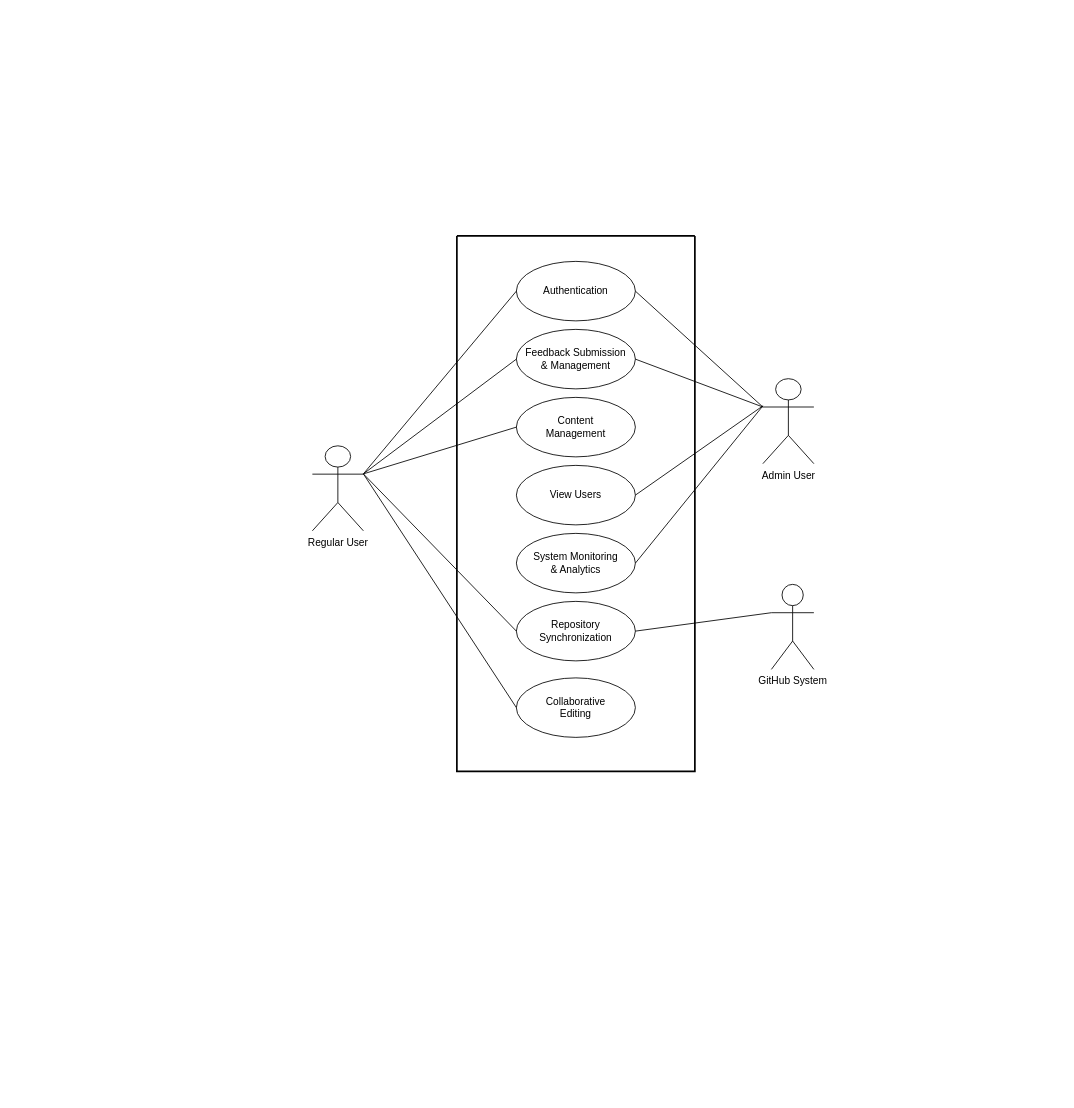
Earlier version of the draw.io diagram docs/use-case-diagram.drawio (Nithinvp11/DocHub). Source tidied: cells renumbered, new cells numbered last; positions are measured from the earlier drawing's top-left corner, leaving out a move shared by most shapes. Both pictures are drawn from the tidied source at 85%, with x=0, y=0 at pixel (312, 235).
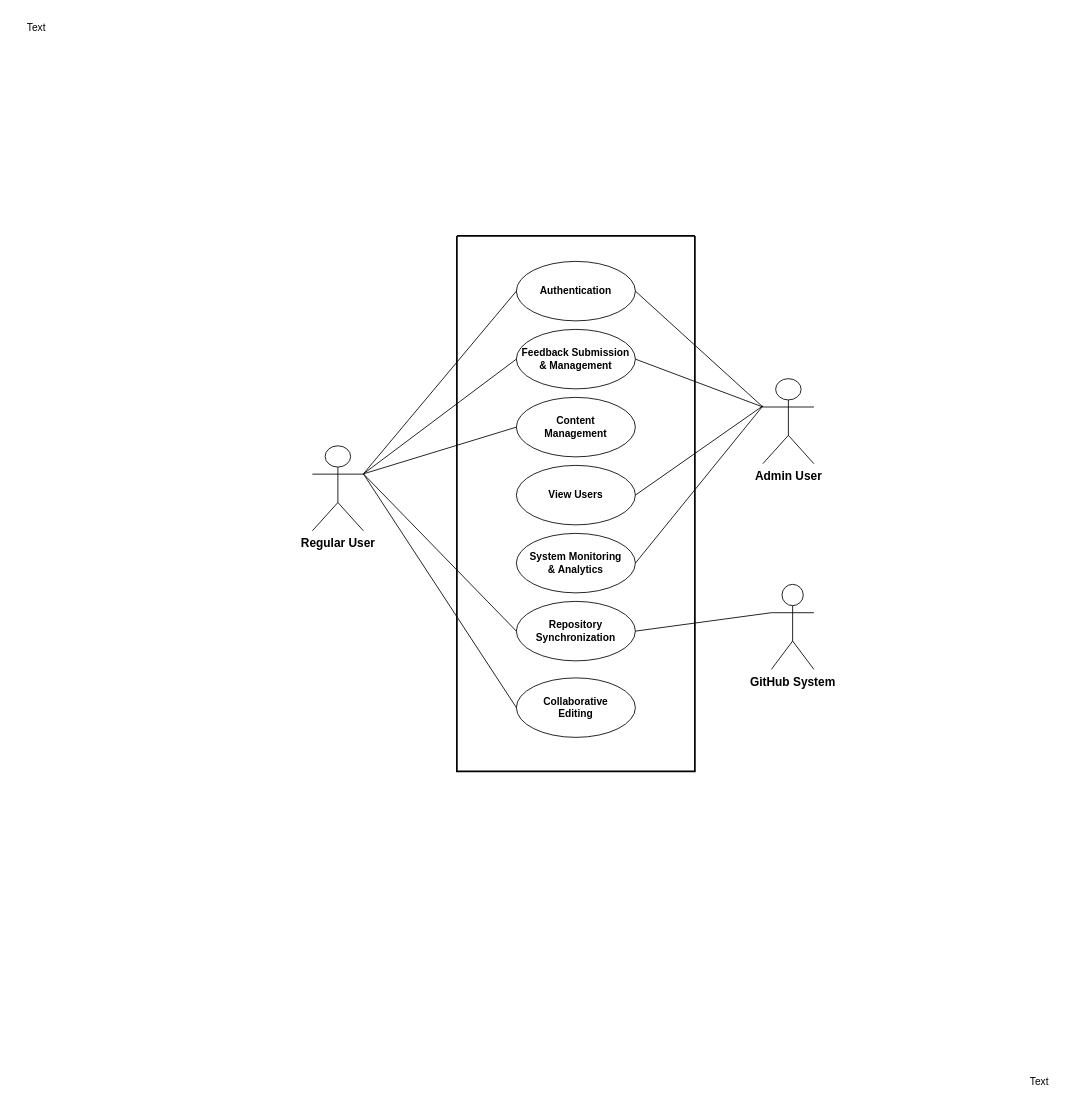
After the change.

Unchanged cells that the change refers to:
```xml
<mxCell id="2" style="swimlane;startSize=0;fillColor=#ffffff;strokeColor=#000000;strokeWidth=2;" parent="1" vertex="1">
  <mxGeometry x="170" width="280" height="630" as="geometry" />
</mxCell>
```

Diff of the diagram source:
```diff
@@
-    <mxCell id="3" value="Authentication" style="ellipse;whiteSpace=wrap;html=1;fillColor=#ffffff;strokeColor=#000000;" parent="2" vertex="1">
+    <mxCell id="3" value="&lt;b&gt;Authentication&lt;/b&gt;" style="ellipse;whiteSpace=wrap;html=1;fillColor=#ffffff;strokeColor=#000000;" parent="2" vertex="1">
       <mxGeometry x="70" y="30" width="140" height="70" as="geometry" />
     </mxCell>
-    <mxCell id="4" value="&lt;font style=&quot;font-size: 12px;&quot;&gt;&lt;span style=&quot;color: rgb(0, 0, 0);&quot;&gt;Content&lt;/span&gt;&lt;br style=&quot;color: rgb(63, 63, 63); scrollbar-color: rgb(226, 226, 226) rgb(251, 251, 251);&quot;&gt;&lt;span style=&quot;color: rgb(0, 0, 0);&quot;&gt;Management&lt;/span&gt;&lt;/font&gt;" style="ellipse;whiteSpace=wrap;html=1;fillColor=#ffffff;strokeColor=#000000;" parent="2" vertex="1">
+    <mxCell id="4" value="&lt;font style=&quot;font-size: 12px;&quot;&gt;&lt;b&gt;&lt;span style=&quot;color: rgb(0, 0, 0);&quot;&gt;Content&lt;/span&gt;&lt;br style=&quot;color: rgb(63, 63, 63); scrollbar-color: rgb(226, 226, 226) rgb(251, 251, 251);&quot;&gt;&lt;span style=&quot;color: rgb(0, 0, 0);&quot;&gt;Management&lt;/span&gt;&lt;/b&gt;&lt;/font&gt;" style="ellipse;whiteSpace=wrap;html=1;fillColor=#ffffff;strokeColor=#000000;" parent="2" vertex="1">
       <mxGeometry x="70" y="190" width="140" height="70" as="geometry" />
     </mxCell>
-    <mxCell id="5" value="Repository Synchronization" style="ellipse;whiteSpace=wrap;html=1;fillColor=#ffffff;strokeColor=#000000;" parent="2" vertex="1">
+    <mxCell id="5" value="&lt;b&gt;Repository Synchronization&lt;/b&gt;" style="ellipse;whiteSpace=wrap;html=1;fillColor=#ffffff;strokeColor=#000000;" parent="2" vertex="1">
       <mxGeometry x="70" y="430" width="140" height="70" as="geometry" />
     </mxCell>
-    <mxCell id="6" value="Feedback&amp;nbsp;&lt;span style=&quot;color: rgb(0, 0, 0);&quot;&gt;Submission &amp;amp;&lt;/span&gt;&amp;nbsp;Management" style="ellipse;whiteSpace=wrap;html=1;fillColor=#ffffff;strokeColor=#000000;" parent="2" vertex="1">
+    <mxCell id="6" value="&lt;b&gt;Feedback&amp;nbsp;&lt;span style=&quot;color: rgb(0, 0, 0);&quot;&gt;Submission &amp;amp;&lt;/span&gt;&amp;nbsp;Management&lt;/b&gt;" style="ellipse;whiteSpace=wrap;html=1;fillColor=#ffffff;strokeColor=#000000;" parent="2" vertex="1">
       <mxGeometry x="70" y="110" width="140" height="70" as="geometry" />
     </mxCell>
-    <mxCell id="7" value="&lt;font style=&quot;font-size: 12px;&quot;&gt;&lt;span style=&quot;color: rgb(0, 0, 0);&quot;&gt;System Monitoring&lt;/span&gt;&lt;br style=&quot;color: rgb(63, 63, 63); scrollbar-color: rgb(226, 226, 226) rgb(251, 251, 251);&quot;&gt;&lt;span style=&quot;color: rgb(0, 0, 0);&quot;&gt;&amp;amp; Analytics&lt;/span&gt;&lt;/font&gt;" style="ellipse;whiteSpace=wrap;html=1;fillColor=#ffffff;strokeColor=#000000;" parent="2" vertex="1">
+    <mxCell id="7" value="&lt;font style=&quot;font-size: 12px;&quot;&gt;&lt;b&gt;&lt;span style=&quot;color: rgb(0, 0, 0);&quot;&gt;System Monitoring&lt;/span&gt;&lt;br style=&quot;color: rgb(63, 63, 63); scrollbar-color: rgb(226, 226, 226) rgb(251, 251, 251);&quot;&gt;&lt;span style=&quot;color: rgb(0, 0, 0);&quot;&gt;&amp;amp; Analytics&lt;/span&gt;&lt;/b&gt;&lt;/font&gt;" style="ellipse;whiteSpace=wrap;html=1;fillColor=#ffffff;strokeColor=#000000;" parent="2" vertex="1">
       <mxGeometry x="70" y="350" width="140" height="70" as="geometry" />
     </mxCell>
-    <mxCell id="8" value="&lt;font style=&quot;font-size: 12px;&quot;&gt;&lt;span style=&quot;color: rgb(0, 0, 0);&quot;&gt;Collaborative&lt;/span&gt;&lt;br style=&quot;color: rgb(63, 63, 63); scrollbar-color: rgb(226, 226, 226) rgb(251, 251, 251);&quot;&gt;&lt;span style=&quot;color: rgb(0, 0, 0);&quot;&gt;Editing&lt;/span&gt;&lt;/font&gt;" style="ellipse;whiteSpace=wrap;html=1;fillColor=#ffffff;strokeColor=#000000;" parent="2" vertex="1">
+    <mxCell id="8" value="&lt;font style=&quot;font-size: 12px;&quot;&gt;&lt;b&gt;&lt;span style=&quot;color: rgb(0, 0, 0);&quot;&gt;Collaborative&lt;/span&gt;&lt;br style=&quot;color: rgb(63, 63, 63); scrollbar-color: rgb(226, 226, 226) rgb(251, 251, 251);&quot;&gt;&lt;span style=&quot;color: rgb(0, 0, 0);&quot;&gt;Editing&lt;/span&gt;&lt;/b&gt;&lt;/font&gt;" style="ellipse;whiteSpace=wrap;html=1;fillColor=#ffffff;strokeColor=#000000;" parent="2" vertex="1">
       <mxGeometry x="70" y="520" width="140" height="70" as="geometry" />
     </mxCell>
-    <mxCell id="9" value="View Users" style="ellipse;whiteSpace=wrap;html=1;fillColor=#ffffff;strokeColor=#000000;" parent="2" vertex="1">
+    <mxCell id="9" value="&lt;b&gt;View Users&lt;/b&gt;" style="ellipse;whiteSpace=wrap;html=1;fillColor=#ffffff;strokeColor=#000000;" parent="2" vertex="1">
       <mxGeometry x="70" y="270" width="140" height="70" as="geometry" />
     </mxCell>
-    <mxCell id="10" value="Regular User" style="shape=umlActor;verticalLabelPosition=bottom;verticalAlign=top;html=1;fillColor=#ffffff;strokeColor=#000000;" parent="1" vertex="1">
+    <mxCell id="10" value="&lt;b&gt;&lt;font style=&quot;font-size: 14px;&quot;&gt;Regular User&lt;/font&gt;&lt;/b&gt;" style="shape=umlActor;verticalLabelPosition=bottom;verticalAlign=top;html=1;fillColor=#ffffff;strokeColor=#000000;" parent="1" vertex="1">
       <mxGeometry y="247" width="60" height="100" as="geometry" />
     </mxCell>
-    <mxCell id="11" value="Admin User" style="shape=umlActor;verticalLabelPosition=bottom;verticalAlign=top;html=1;outlineConnect=0;fillColor=#ffffff;strokeColor=#000000;" parent="1" vertex="1">
+    <mxCell id="11" value="&lt;font style=&quot;font-size: 14px;&quot;&gt;&lt;b&gt;Admin User&lt;/b&gt;&lt;/font&gt;" style="shape=umlActor;verticalLabelPosition=bottom;verticalAlign=top;html=1;outlineConnect=0;fillColor=#ffffff;strokeColor=#000000;" parent="1" vertex="1">
       <mxGeometry x="530" y="168" width="60" height="100" as="geometry" />
     </mxCell>
-    <mxCell id="12" value="GitHub System" style="shape=umlActor;verticalLabelPosition=bottom;verticalAlign=top;html=1;outlineConnect=0;fillColor=#ffffff;strokeColor=#000000;" parent="1" vertex="1">
+    <mxCell id="12" value="&lt;b&gt;&lt;font style=&quot;font-size: 14px;&quot;&gt;GitHub System&lt;/font&gt;&lt;/b&gt;" style="shape=umlActor;verticalLabelPosition=bottom;verticalAlign=top;html=1;outlineConnect=0;fillColor=#ffffff;strokeColor=#000000;" parent="1" vertex="1">
       <mxGeometry x="540" y="410" width="50" height="100" as="geometry" />
     </mxCell>
@@
+    <mxCell id="23" value="Text" style="text;html=1;align=center;verticalAlign=middle;strokeColor=none;fillColor=none;" parent="1" vertex="1">
+      <mxGeometry x="-350" y="-260" width="50" height="30" as="geometry" />
+    </mxCell>
+    <mxCell id="24" value="Text" style="text;html=1;align=center;verticalAlign=middle;strokeColor=none;fillColor=none;" parent="1" vertex="1">
+      <mxGeometry x="830" y="980" width="50" height="30" as="geometry" />
+    </mxCell>
```
